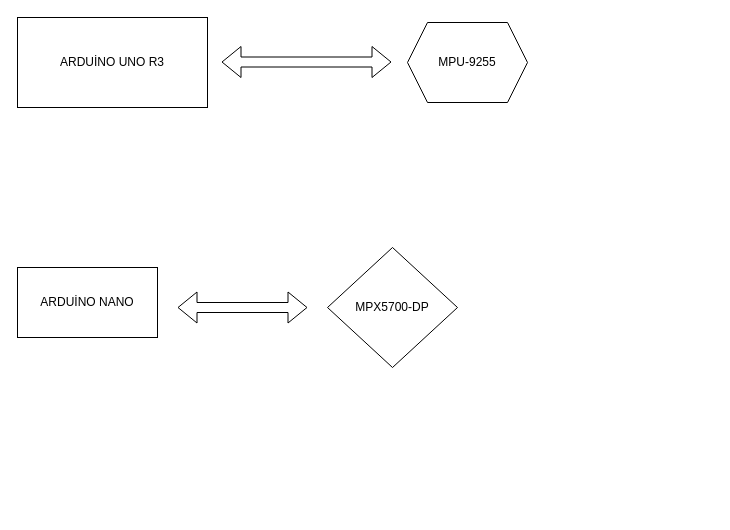
Before: Untitled Diagram.drawio in bugraduz/D-AGRAM, a draw.io diagram. Source tidied: cells renumbered, new cells numbered last; positions are measured from the earlier drawing's top-left corner, leaving out a move shared by most shapes. Both pictures are drawn from the tidied source at 100%, with x=0, y=0 at pixel (17, 17).
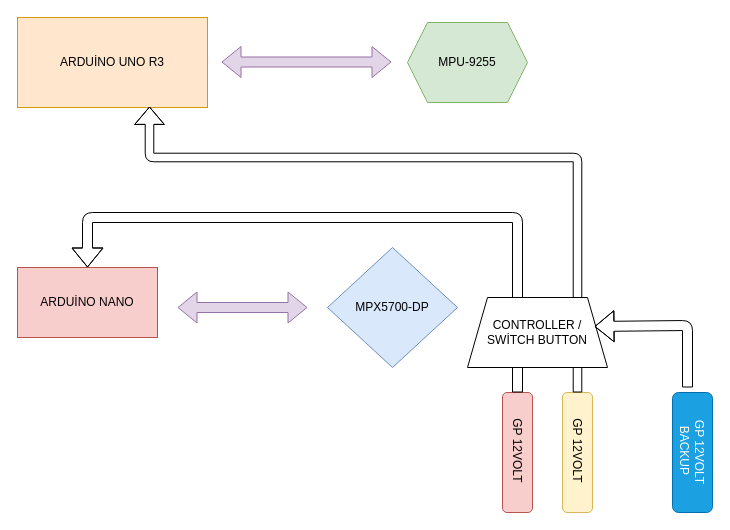
After the change.

What changed in the source:
```diff
@@
-    <mxCell id="2" value="ARDUİNO UNO R3&lt;br&gt;" style="rounded=0;whiteSpace=wrap;html=1;align=center;" parent="1" vertex="1">
+    <mxCell id="2" value="ARDUİNO UNO R3&lt;br&gt;" style="rounded=0;whiteSpace=wrap;html=1;align=center;fillColor=#ffe6cc;strokeColor=#d79b00;" parent="1" vertex="1">
       <mxGeometry width="190" height="90" as="geometry" />
     </mxCell>
-    <mxCell id="3" style="shape=flexArrow;endArrow=classic;startArrow=classic;html=1;" parent="1" edge="1">
+    <mxCell id="3" style="shape=flexArrow;endArrow=classic;startArrow=classic;html=1;fillColor=#e1d5e7;strokeColor=#9673a6;" parent="1" edge="1">
       <mxGeometry relative="1" as="geometry">
         <mxPoint x="204" y="44.5" as="sourcePoint" />
         <mxPoint x="374" y="44.5" as="targetPoint" />
       </mxGeometry>
     </mxCell>
-    <mxCell id="4" value="MPU-9255" style="shape=hexagon;perimeter=hexagonPerimeter2;whiteSpace=wrap;html=1;fixedSize=1;" parent="1" vertex="1">
+    <mxCell id="4" value="MPU-9255" style="shape=hexagon;perimeter=hexagonPerimeter2;whiteSpace=wrap;html=1;fixedSize=1;fillColor=#d5e8d4;strokeColor=#82b366;" parent="1" vertex="1">
       <mxGeometry x="390" y="5" width="120" height="80" as="geometry" />
     </mxCell>
-    <mxCell id="5" value="ARDUİNO NANO" style="rounded=0;whiteSpace=wrap;html=1;" parent="1" vertex="1">
+    <mxCell id="5" value="ARDUİNO NANO" style="rounded=0;whiteSpace=wrap;html=1;fillColor=#f8cecc;strokeColor=#b85450;" parent="1" vertex="1">
       <mxGeometry y="250" width="140" height="70" as="geometry" />
     </mxCell>
-    <mxCell id="6" style="shape=flexArrow;endArrow=classic;startArrow=classic;html=1;" parent="1" edge="1">
+    <mxCell id="6" style="shape=flexArrow;endArrow=classic;startArrow=classic;html=1;fillColor=#e1d5e7;strokeColor=#9673a6;" parent="1" edge="1">
       <mxGeometry relative="1" as="geometry">
         <mxPoint x="160" y="290" as="sourcePoint" />
         <mxPoint x="290" y="290" as="targetPoint" />
       </mxGeometry>
     </mxCell>
-    <mxCell id="7" value="MPX5700-DP" style="rhombus;whiteSpace=wrap;html=1;" parent="1" vertex="1">
+    <mxCell id="7" value="MPX5700-DP" style="rhombus;whiteSpace=wrap;html=1;fillColor=#dae8fc;strokeColor=#6c8ebf;" parent="1" vertex="1">
       <mxGeometry x="310" y="230" width="130" height="120" as="geometry" />
     </mxCell>
+    <mxCell id="8" value="GP 12VOLT&amp;nbsp;" style="rounded=1;whiteSpace=wrap;html=1;rotation=90;fillColor=#f8cecc;strokeColor=#b85450;" parent="1" vertex="1">
+      <mxGeometry x="440" y="420" width="120" height="30" as="geometry" />
+    </mxCell>
+    <mxCell id="9" value="GP 12VOLT BACKUP&amp;nbsp;" style="rounded=1;whiteSpace=wrap;html=1;rotation=90;fillColor=#1ba1e2;strokeColor=#006EAF;fontColor=#ffffff;" parent="1" vertex="1">
+      <mxGeometry x="615" y="415" width="120" height="40" as="geometry" />
+    </mxCell>
+    <mxCell id="10" value="GP 12VOLT&amp;nbsp;" style="rounded=1;whiteSpace=wrap;html=1;rotation=90;fillColor=#fff2cc;strokeColor=#d6b656;" parent="1" vertex="1">
+      <mxGeometry x="500" y="420" width="120" height="30" as="geometry" />
+    </mxCell>
+    <mxCell id="11" style="shape=flexArrow;endArrow=classic;html=1;entryX=0.5;entryY=0;entryDx=0;entryDy=0;exitX=0;exitY=0.5;exitDx=0;exitDy=0;" parent="1" edge="1" source="8" target="5">
+      <mxGeometry relative="1" as="geometry">
+        <Array as="points">
+          <mxPoint x="500" y="200" />
+          <mxPoint x="70" y="200" />
+        </Array>
+      </mxGeometry>
+    </mxCell>
+    <mxCell id="12" style="shape=flexArrow;endArrow=classic;html=1;width=8.571428571428571;endSize=5.474285714285714;exitX=0;exitY=0.5;exitDx=0;exitDy=0;" parent="1" edge="1" source="10">
+      <mxGeometry relative="1" as="geometry">
+        <mxPoint x="132" y="89" as="targetPoint" />
+        <Array as="points">
+          <mxPoint x="560" y="140" />
+          <mxPoint x="132" y="140" />
+        </Array>
+      </mxGeometry>
+    </mxCell>
+    <mxCell id="13" value="CONTROLLER /&lt;br&gt;SWİTCH BUTTON" style="shape=trapezoid;perimeter=trapezoidPerimeter;whiteSpace=wrap;html=1;fixedSize=1;" parent="1" vertex="1">
+      <mxGeometry x="450" y="280" width="140" height="70" as="geometry" />
+    </mxCell>
+    <mxCell id="14" style="shape=flexArrow;endArrow=classic;html=1;entryX=0.907;entryY=0.414;entryDx=0;entryDy=0;entryPerimeter=0;" parent="1" edge="1" target="13">
+      <mxGeometry relative="1" as="geometry">
+        <mxPoint x="670" y="370" as="sourcePoint" />
+        <Array as="points">
+          <mxPoint x="670" y="308" />
+        </Array>
+      </mxGeometry>
+    </mxCell>
```
